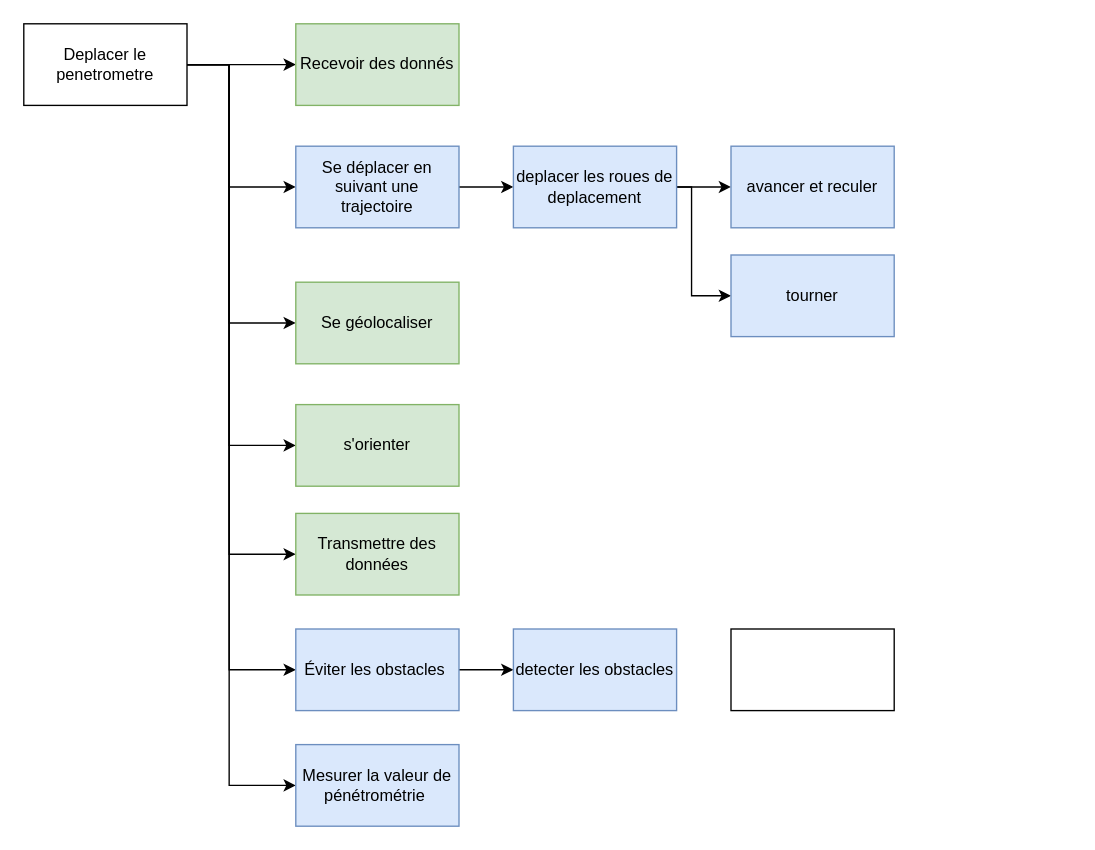
This is SYSML/Diagramme FAST ER.drawio from ToGen49/Hippodrome, a draw.io file, before an edit. Source tidied: cells renumbered, new cells numbered last; positions are measured from the earlier drawing's top-left corner, leaving out a move shared by most shapes. Both pictures are drawn from the tidied source at 136%, with x=0, y=0 at pixel (23, 23).
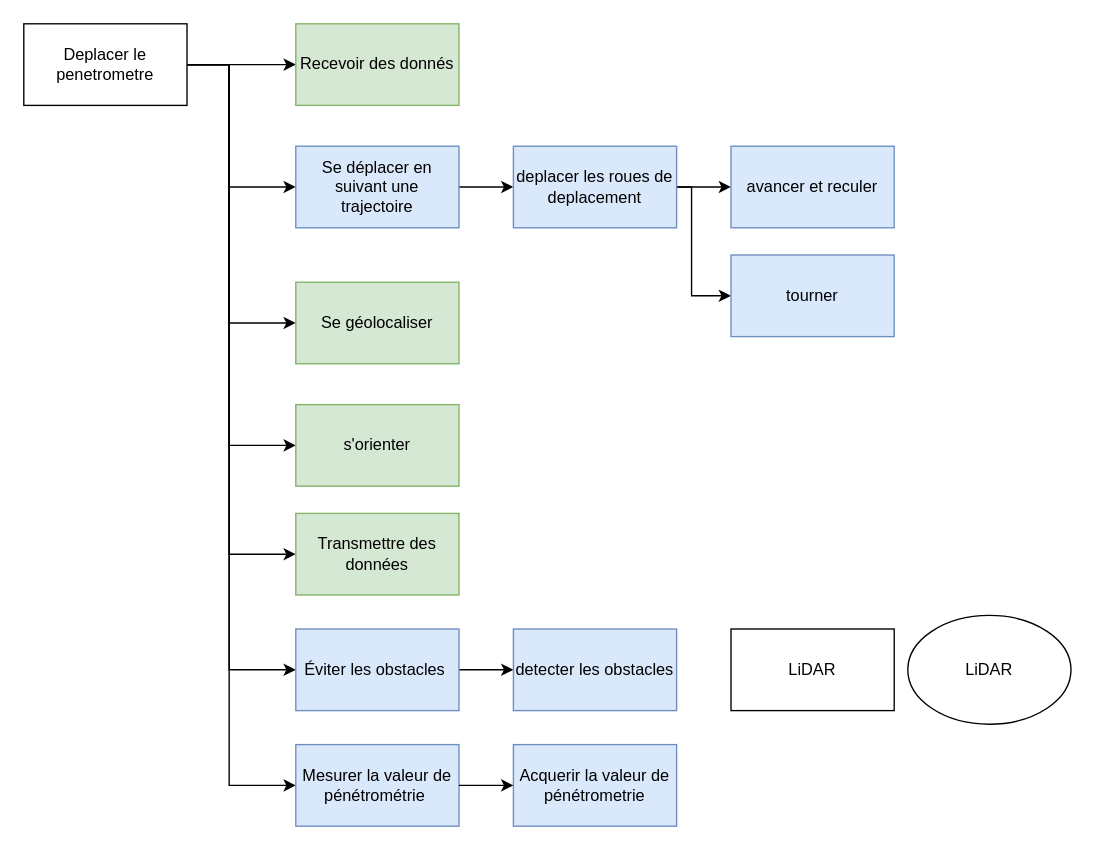
Above is the later version.

Commit message:
Mettre à jour Diagramme FAST ER.drawio

Unchanged cells that the change refers to:
```xml
<mxCell id="18" value="Mesurer la valeur de&lt;br/&gt;pénétrométrie&amp;nbsp;" style="rounded=0;whiteSpace=wrap;html=1;fillColor=#dae8fc;strokeColor=#6c8ebf;" parent="1" vertex="1">
  <mxGeometry x="200" y="530" width="120" height="60" as="geometry" />
</mxCell>
```

Change to the diagram source:
```diff
@@
-    <mxCell id="25" style="rounded=0;whiteSpace=wrap;html=1;" parent="1" vertex="1">
-      <mxGeometry x="520" y="445" width="120" height="60" as="geometry" />
+    <mxCell id="25" value="Acquerir la valeur de pénétrometrie" style="rounded=0;whiteSpace=wrap;html=1;fillColor=#dae8fc;strokeColor=#6c8ebf;" parent="1" vertex="1">
+      <mxGeometry x="360" y="530" width="120" height="60" as="geometry" />
     </mxCell>
+    <mxCell id="26" style="endArrow=classic;html=1;rounded=0;exitX=1;exitY=0.5;exitDx=0;exitDy=0;entryX=0;entryY=0.5;entryDx=0;entryDy=0;" parent="1" edge="1" source="18" target="25">
+      <mxGeometry relative="1" as="geometry" />
+    </mxCell>
+    <mxCell id="27" value="LiDAR" style="rounded=0;whiteSpace=wrap;html=1;" parent="1" vertex="1">
+      <mxGeometry x="520" y="445" width="120" height="60" as="geometry" />
+    </mxCell>
+    <mxCell id="28" value="LiDAR" style="ellipse;whiteSpace=wrap;html=1;" parent="1" vertex="1">
+      <mxGeometry x="650" y="435" width="120" height="80" as="geometry" />
+    </mxCell>
```
